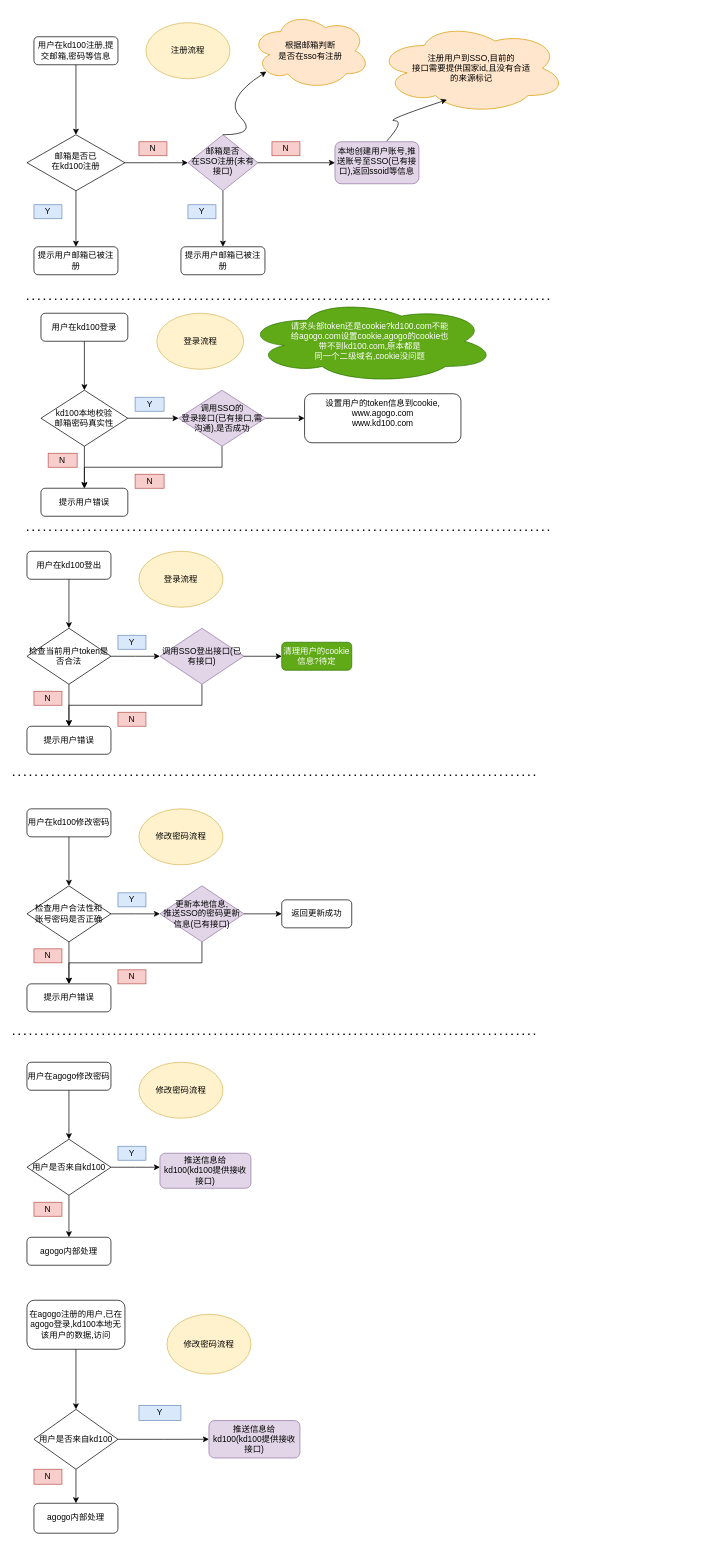
Earlier version of the draw.io diagram Untitled Diagram.drawio (KAKALZF/image). Source tidied: cells renumbered, new cells numbered last; positions are measured from the earlier drawing's top-left corner, leaving out a move shared by most shapes. Both pictures are drawn from the tidied source at 70%, with x=0, y=0 at pixel (13, 12).
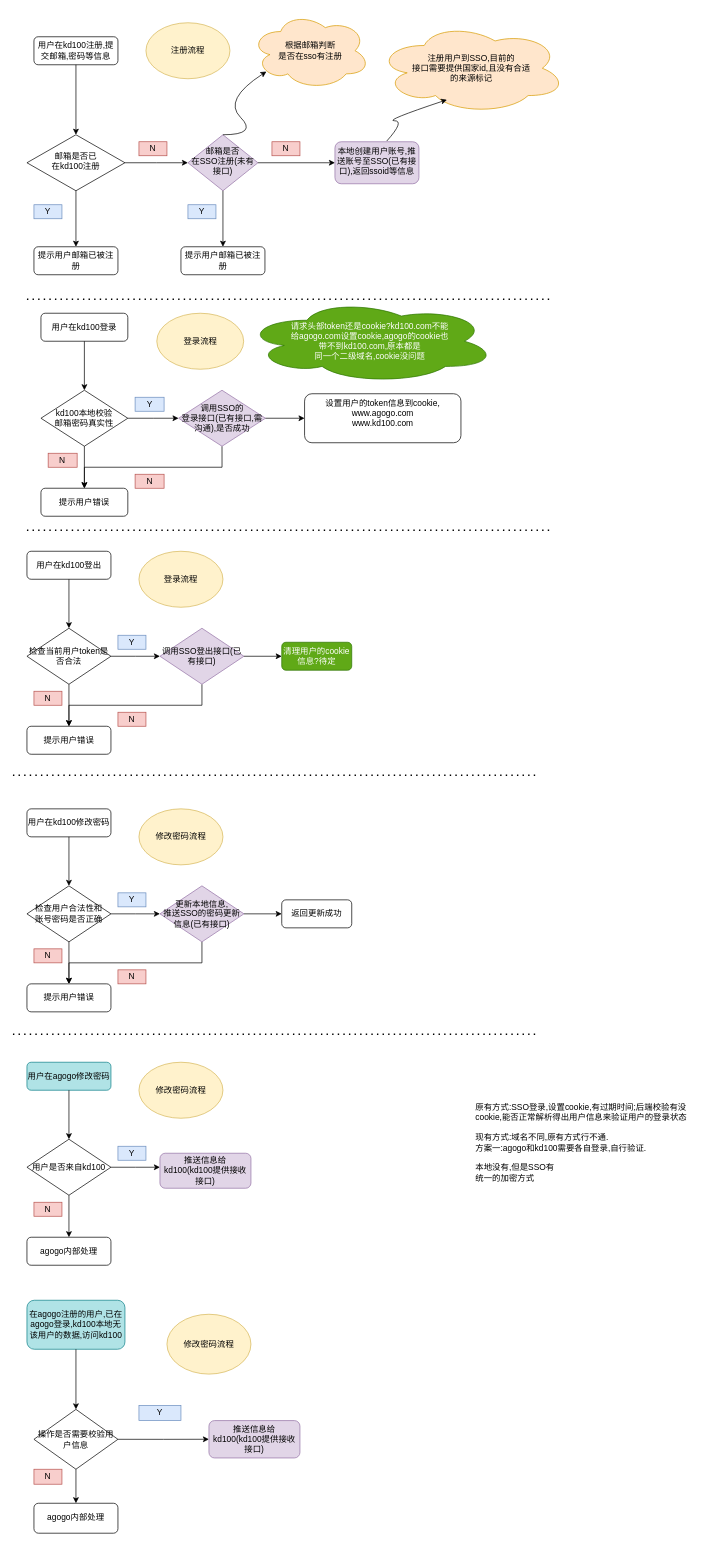
Above is the later version.

The change refers to these unchanged cells:
```xml
<mxCell id="73" style="group;" parent="1" vertex="1">
  <mxGeometry x="20" y="1500" width="320" height="290" as="geometry" />
</mxCell>
```

Diff of the diagram source:
```diff
@@
-    <mxCell id="74" value="用户在agogo修改密码" style="rounded=1;whiteSpace=wrap;html=1;" parent="73" vertex="1">
+    <mxCell id="74" value="用户在agogo修改密码" style="rounded=1;whiteSpace=wrap;html=1;fillColor=#b0e3e6;strokeColor=#0e8088;" parent="73" vertex="1">
       <mxGeometry width="120" height="40" as="geometry" />
     </mxCell>
@@
-    <mxCell id="84" value="在agogo注册的用户,已在agogo登录,kd100本地无该用户的数据,访问" style="rounded=1;whiteSpace=wrap;html=1;" parent="1" vertex="1">
+    <mxCell id="84" value="在agogo注册的用户,已在agogo登录,kd100本地无该用户的数据,访问kd100" style="rounded=1;whiteSpace=wrap;html=1;fillColor=#b0e3e6;strokeColor=#0e8088;" parent="1" vertex="1">
       <mxGeometry x="20" y="1840" width="140" height="70" as="geometry" />
     </mxCell>
@@
-    <mxCell id="86" value="&lt;div&gt;用户是否来自kd100&lt;br&gt;&lt;/div&gt;" style="rhombus;whiteSpace=wrap;html=1;" parent="1" vertex="1">
+    <mxCell id="86" value="操作是否需要校验用户信息" style="rhombus;whiteSpace=wrap;html=1;" parent="1" vertex="1">
       <mxGeometry x="30" y="1995.9" width="120" height="85.5" as="geometry" />
     </mxCell>
@@
+    <mxCell id="94" value="&lt;div align=&quot;left&quot;&gt;原有方式:SSO登录,设置cookie,有过期时间;后端校验有没cookie,能否正常解析得出用户信息来验证用户的登录状态&lt;br&gt;&lt;/div&gt;&lt;div align=&quot;left&quot;&gt;&lt;br&gt;&lt;/div&gt;&lt;div align=&quot;left&quot;&gt;现有方式:域名不同,原有方式行不通.&lt;/div&gt;&lt;div align=&quot;left&quot;&gt;方案一:agogo和kd100需要各自登录,自行验证.&lt;br&gt;&lt;/div&gt;&lt;div align=&quot;left&quot;&gt;&lt;br&gt;&lt;/div&gt;&lt;div align=&quot;left&quot;&gt;本地没有,但是SSO有&lt;/div&gt;&lt;div align=&quot;left&quot;&gt;统一的加密方式&lt;br&gt;&lt;/div&gt;" style="text;html=1;strokeColor=none;fillColor=none;align=center;verticalAlign=middle;whiteSpace=wrap;rounded=0;" parent="1" vertex="1">
+      <mxGeometry x="660" y="1490" width="335" height="250" as="geometry" />
+    </mxCell>
```
